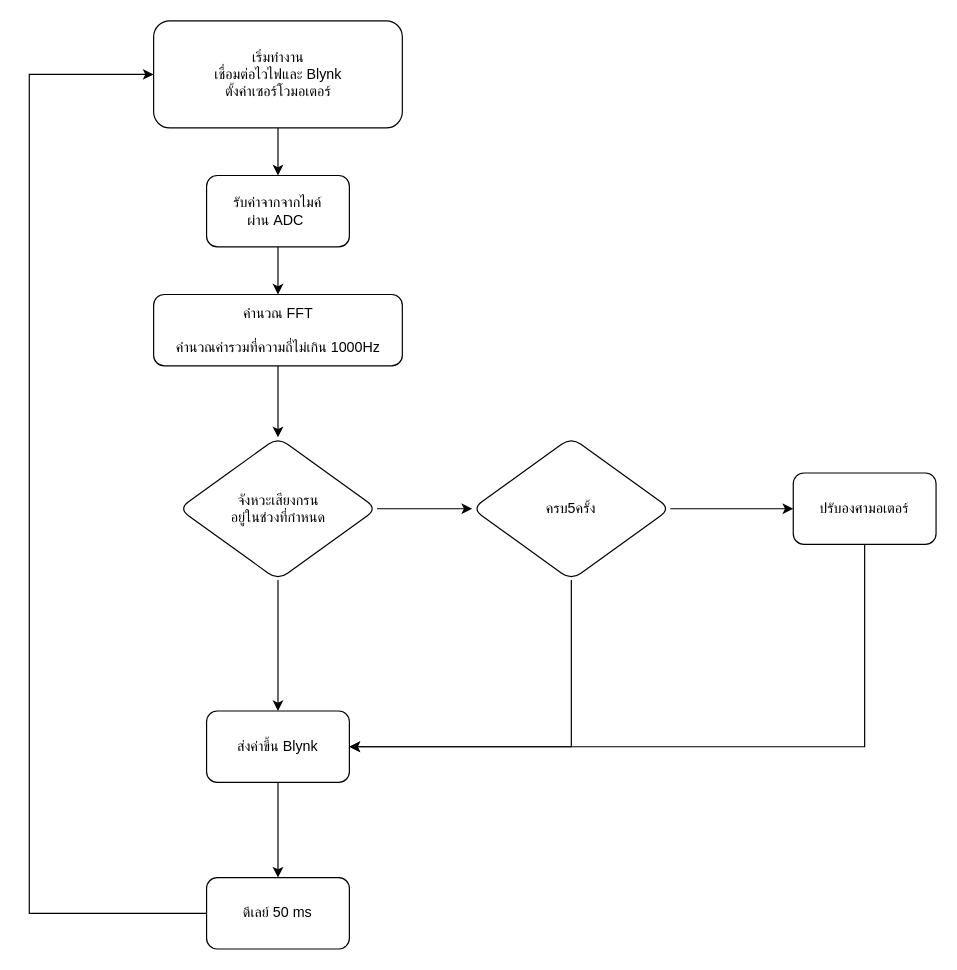
Earlier version of the draw.io diagram Snoring detect.drawio (canusorn/snore_detect). Source tidied: cells renumbered, new cells numbered last; positions are measured from the earlier drawing's top-left corner, leaving out a move shared by most shapes. Both pictures are drawn from the tidied source at 119%, with x=0, y=0 at pixel (29, 20).
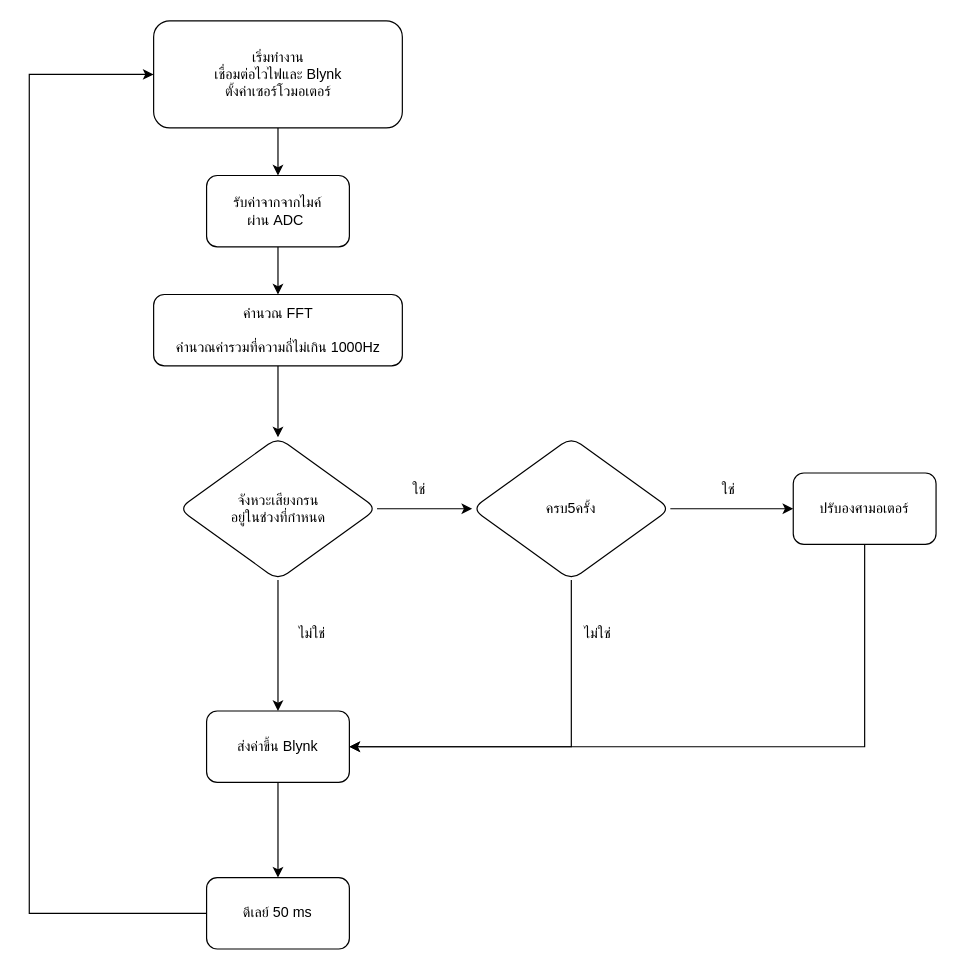
The same page after the edit.

What changed in the source:
```diff
@@
+    <mxCell id="20" value="ใช่" style="text;html=1;strokeColor=none;fillColor=none;align=center;verticalAlign=middle;whiteSpace=wrap;rounded=0;" parent="1" vertex="1">
+      <mxGeometry x="298" y="379" width="60" height="30" as="geometry" />
+    </mxCell>
+    <mxCell id="21" value="ไม่ใช่" style="text;html=1;strokeColor=none;fillColor=none;align=center;verticalAlign=middle;whiteSpace=wrap;rounded=0;" parent="1" vertex="1">
+      <mxGeometry x="208" y="500" width="60" height="30" as="geometry" />
+    </mxCell>
+    <mxCell id="22" value="ใช่" style="text;html=1;strokeColor=none;fillColor=none;align=center;verticalAlign=middle;whiteSpace=wrap;rounded=0;" parent="1" vertex="1">
+      <mxGeometry x="558" y="379" width="60" height="30" as="geometry" />
+    </mxCell>
+    <mxCell id="23" value="ไม่ใช่" style="text;html=1;strokeColor=none;fillColor=none;align=center;verticalAlign=middle;whiteSpace=wrap;rounded=0;" parent="1" vertex="1">
+      <mxGeometry x="448" y="500" width="60" height="30" as="geometry" />
+    </mxCell>
```
